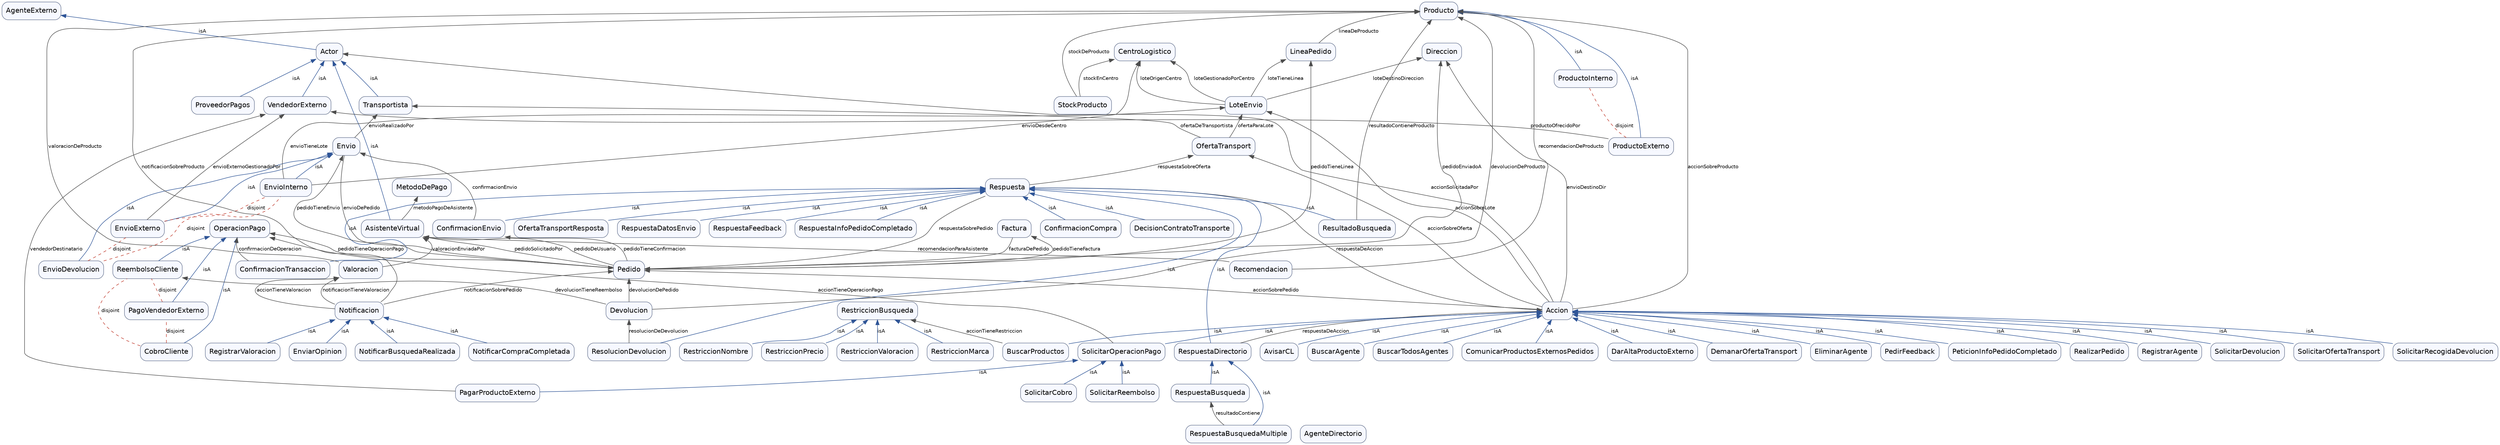
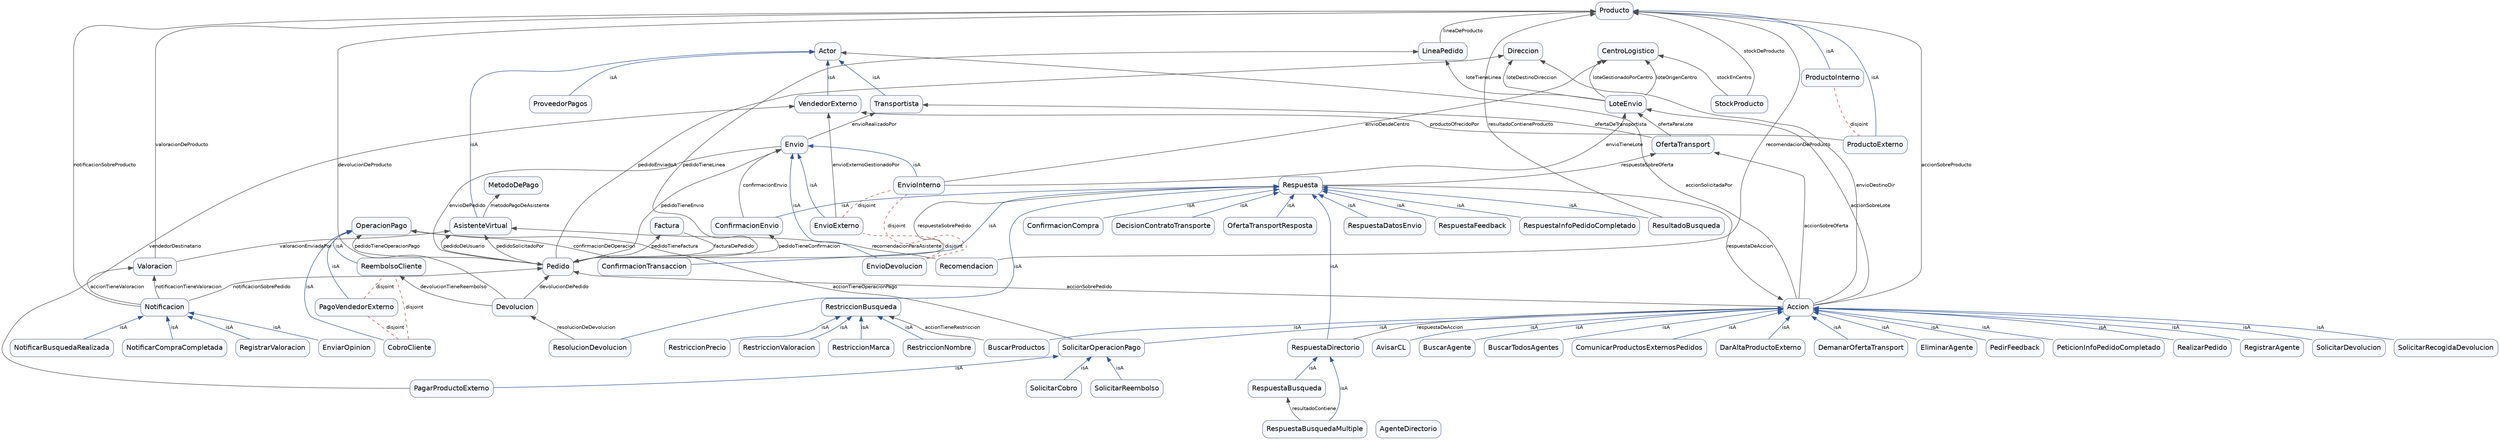
digraph ComercioElectronico {
    graph [rankdir=BT, overlap=false, splines=true];
    node [shape=box, style="rounded,filled", fillcolor="#f6f8ff", color="#6c7893", fontname="Helvetica"];
    edge [fontsize=10, fontname="Helvetica"];
    "Accion";
    "Actor";
    "AgenteDirectorio";
-     "AgenteExterno";
    "AsistenteVirtual";
    "AvisarCL";
    "BuscarAgente";
    "BuscarProductos";
    "BuscarTodosAgentes";
    "CentroLogistico";
    "CobroCliente";
    "ComunicarProductosExternosPedidos";
    "ConfirmacionCompra";
    "ConfirmacionEnvio";
    "ConfirmacionTransaccion";
    "DarAltaProductoExterno";
    "DecisionContratoTransporte";
    "DemanarOfertaTransport";
    "Devolucion";
    "Direccion";
    "EliminarAgente";
    "EnviarOpinion";
    "Envio";
    "EnvioDevolucion";
    "EnvioExterno";
    "EnvioInterno";
    "Factura";
    "LineaPedido";
    "LoteEnvio";
    "MetodoDePago";
    "Notificacion";
    "NotificarBusquedaRealizada";
    "NotificarCompraCompletada";
    "OfertaTransport";
    "OfertaTransportResposta";
    "OperacionPago";
    "PagarProductoExterno";
    "PagoVendedorExterno";
    "Pedido";
    "PedirFeedback";
    "PeticionInfoPedidoCompletado";
    "Producto";
    "ProductoExterno";
    "ProductoInterno";
    "ProveedorPagos";
    "RealizarPedido";
    "Recomendacion";
    "ReembolsoCliente";
    "RegistrarAgente";
    "RegistrarValoracion";
    "ResolucionDevolucion";
    "Respuesta";
    "RespuestaBusqueda";
    "RespuestaBusquedaMultiple";
    "RespuestaDatosEnvio";
    "RespuestaDirectorio";
    "RespuestaFeedback";
    "RespuestaInfoPedidoCompletado";
    "RestriccionBusqueda";
    "RestriccionMarca";
    "RestriccionNombre";
    "RestriccionPrecio";
    "RestriccionValoracion";
    "ResultadoBusqueda";
    "SolicitarCobro";
    "SolicitarDevolucion";
-     "SolicitarOfertaTransport";
    "SolicitarOperacionPago";
    "SolicitarRecogidaDevolucion";
    "SolicitarReembolso";
    "StockProducto";
    "Transportista";
    "Valoracion";
    "VendedorExterno";
-     "Actor" -> "AgenteExterno" [label="isA", color="#2f5597"];
    "AsistenteVirtual" -> "Actor" [label="isA", color="#2f5597"];
    "AvisarCL" -> "Accion" [label="isA", color="#2f5597"];
    "BuscarAgente" -> "Accion" [label="isA", color="#2f5597"];
    "BuscarProductos" -> "Accion" [label="isA", color="#2f5597"];
    "BuscarTodosAgentes" -> "Accion" [label="isA", color="#2f5597"];
    "CobroCliente" -> "OperacionPago" [label="isA", color="#2f5597"];
    "ComunicarProductosExternosPedidos" -> "Accion" [label="isA", color="#2f5597"];
    "ConfirmacionCompra" -> "Respuesta" [label="isA", color="#2f5597"];
    "ConfirmacionEnvio" -> "Respuesta" [label="isA", color="#2f5597"];
    "ConfirmacionTransaccion" -> "Respuesta" [label="isA", color="#2f5597"];
    "DarAltaProductoExterno" -> "Accion" [label="isA", color="#2f5597"];
    "DecisionContratoTransporte" -> "Respuesta" [label="isA", color="#2f5597"];
    "DemanarOfertaTransport" -> "Accion" [label="isA", color="#2f5597"];
    "EliminarAgente" -> "Accion" [label="isA", color="#2f5597"];
    "EnviarOpinion" -> "Notificacion" [label="isA", color="#2f5597"];
    "EnvioDevolucion" -> "Envio" [label="isA", color="#2f5597"];
    "EnvioExterno" -> "Envio" [label="isA", color="#2f5597"];
    "EnvioInterno" -> "Envio" [label="isA", color="#2f5597"];
    "NotificarBusquedaRealizada" -> "Notificacion" [label="isA", color="#2f5597"];
    "NotificarCompraCompletada" -> "Notificacion" [label="isA", color="#2f5597"];
    "OfertaTransportResposta" -> "Respuesta" [label="isA", color="#2f5597"];
    "PagarProductoExterno" -> "SolicitarOperacionPago" [label="isA", color="#2f5597"];
    "PagoVendedorExterno" -> "OperacionPago" [label="isA", color="#2f5597"];
    "PedirFeedback" -> "Accion" [label="isA", color="#2f5597"];
    "PeticionInfoPedidoCompletado" -> "Accion" [label="isA", color="#2f5597"];
    "ProductoExterno" -> "Producto" [label="isA", color="#2f5597"];
    "ProductoInterno" -> "Producto" [label="isA", color="#2f5597"];
    "ProveedorPagos" -> "Actor" [label="isA", color="#2f5597"];
    "RealizarPedido" -> "Accion" [label="isA", color="#2f5597"];
    "ReembolsoCliente" -> "OperacionPago" [label="isA", color="#2f5597"];
    "RegistrarAgente" -> "Accion" [label="isA", color="#2f5597"];
    "RegistrarValoracion" -> "Notificacion" [label="isA", color="#2f5597"];
    "ResolucionDevolucion" -> "Respuesta" [label="isA", color="#2f5597"];
    "RespuestaBusqueda" -> "RespuestaDirectorio" [label="isA", color="#2f5597"];
    "RespuestaBusquedaMultiple" -> "RespuestaDirectorio" [label="isA", color="#2f5597"];
    "RespuestaDatosEnvio" -> "Respuesta" [label="isA", color="#2f5597"];
    "RespuestaDirectorio" -> "Respuesta" [label="isA", color="#2f5597"];
    "RespuestaFeedback" -> "Respuesta" [label="isA", color="#2f5597"];
    "RespuestaInfoPedidoCompletado" -> "Respuesta" [label="isA", color="#2f5597"];
    "RestriccionMarca" -> "RestriccionBusqueda" [label="isA", color="#2f5597"];
    "RestriccionNombre" -> "RestriccionBusqueda" [label="isA", color="#2f5597"];
    "RestriccionPrecio" -> "RestriccionBusqueda" [label="isA", color="#2f5597"];
    "RestriccionValoracion" -> "RestriccionBusqueda" [label="isA", color="#2f5597"];
    "ResultadoBusqueda" -> "Respuesta" [label="isA", color="#2f5597"];
    "SolicitarCobro" -> "SolicitarOperacionPago" [label="isA", color="#2f5597"];
    "SolicitarDevolucion" -> "Accion" [label="isA", color="#2f5597"];
-     "SolicitarOfertaTransport" -> "Accion" [label="isA", color="#2f5597"];
    "SolicitarOperacionPago" -> "Accion" [label="isA", color="#2f5597"];
    "SolicitarRecogidaDevolucion" -> "Accion" [label="isA", color="#2f5597"];
    "SolicitarReembolso" -> "SolicitarOperacionPago" [label="isA", color="#2f5597"];
    "Transportista" -> "Actor" [label="isA", color="#2f5597"];
    "VendedorExterno" -> "Actor" [label="isA", color="#2f5597"];
    "CobroCliente" -> "PagoVendedorExterno" [label="disjoint", style=dashed, color="#c0392b", arrowhead=none];
    "CobroCliente" -> "ReembolsoCliente" [label="disjoint", style=dashed, color="#c0392b", arrowhead=none];
    "EnvioDevolucion" -> "EnvioExterno" [label="disjoint", style=dashed, color="#c0392b", arrowhead=none];
    "EnvioDevolucion" -> "EnvioInterno" [label="disjoint", style=dashed, color="#c0392b", arrowhead=none];
    "EnvioExterno" -> "EnvioInterno" [label="disjoint", style=dashed, color="#c0392b", arrowhead=none];
    "PagoVendedorExterno" -> "ReembolsoCliente" [label="disjoint", style=dashed, color="#c0392b", arrowhead=none];
    "ProductoExterno" -> "ProductoInterno" [label="disjoint", style=dashed, color="#c0392b", arrowhead=none];
    "Accion" -> "Actor" [label="accionSolicitadaPor", color="#4d4d4d"];
    "Accion" -> "Direccion" [label="envioDestinoDir", color="#4d4d4d"];
    "Accion" -> "LoteEnvio" [label="accionSobreLote", color="#4d4d4d"];
    "Accion" -> "OfertaTransport" [label="accionSobreOferta", color="#4d4d4d"];
    "Accion" -> "Pedido" [label="accionSobrePedido", color="#4d4d4d"];
    "Accion" -> "Producto" [label="accionSobreProducto", color="#4d4d4d"];
    "AsistenteVirtual" -> "MetodoDePago" [label="metodoPagoDeAsistente", color="#4d4d4d"];
    "BuscarProductos" -> "RestriccionBusqueda" [label="accionTieneRestriccion", color="#4d4d4d"];
    "ConfirmacionEnvio" -> "Envio" [label="confirmacionEnvio", color="#4d4d4d"];
    "ConfirmacionTransaccion" -> "OperacionPago" [label="confirmacionDeOperacion", color="#4d4d4d"];
    "Devolucion" -> "Pedido" [label="devolucionDePedido", color="#4d4d4d"];
    "Devolucion" -> "Producto" [label="devolucionDeProducto", color="#4d4d4d"];
    "Devolucion" -> "ReembolsoCliente" [label="devolucionTieneReembolso", color="#4d4d4d"];
    "Envio" -> "Pedido" [label="envioDePedido", color="#4d4d4d"];
    "Envio" -> "Transportista" [label="envioRealizadoPor", color="#4d4d4d"];
    "EnvioExterno" -> "VendedorExterno" [label="envioExternoGestionadoPor", color="#4d4d4d"];
    "EnvioInterno" -> "CentroLogistico" [label="envioDesdeCentro", color="#4d4d4d"];
    "EnvioInterno" -> "LoteEnvio" [label="envioTieneLote", color="#4d4d4d"];
    "Factura" -> "Pedido" [label="facturaDePedido", color="#4d4d4d"];
    "LineaPedido" -> "Producto" [label="lineaDeProducto", color="#4d4d4d"];
    "LoteEnvio" -> "CentroLogistico" [label="loteGestionadoPorCentro", color="#4d4d4d"];
    "LoteEnvio" -> "CentroLogistico" [label="loteOrigenCentro", color="#4d4d4d"];
    "LoteEnvio" -> "Direccion" [label="loteDestinoDireccion", color="#4d4d4d"];
    "LoteEnvio" -> "LineaPedido" [label="loteTieneLinea", color="#4d4d4d"];
    "Notificacion" -> "Pedido" [label="notificacionSobrePedido", color="#4d4d4d"];
    "Notificacion" -> "Producto" [label="notificacionSobreProducto", color="#4d4d4d"];
    "Notificacion" -> "Valoracion" [label="accionTieneValoracion", color="#4d4d4d"];
    "Notificacion" -> "Valoracion" [label="notificacionTieneValoracion", color="#4d4d4d"];
    "OfertaTransport" -> "LoteEnvio" [label="ofertaParaLote", color="#4d4d4d"];
    "OfertaTransport" -> "Transportista" [label="ofertaDeTransportista", color="#4d4d4d"];
    "PagarProductoExterno" -> "VendedorExterno" [label="vendedorDestinatario", color="#4d4d4d"];
    "Pedido" -> "AsistenteVirtual" [label="pedidoDeUsuario", color="#4d4d4d"];
    "Pedido" -> "AsistenteVirtual" [label="pedidoSolicitadoPor", color="#4d4d4d"];
    "Pedido" -> "ConfirmacionEnvio" [label="pedidoTieneConfirmacion", color="#4d4d4d"];
    "Pedido" -> "Direccion" [label="pedidoEnviadoA", color="#4d4d4d"];
    "Pedido" -> "Envio" [label="pedidoTieneEnvio", color="#4d4d4d"];
    "Pedido" -> "Factura" [label="pedidoTieneFactura", color="#4d4d4d"];
    "Pedido" -> "LineaPedido" [label="pedidoTieneLinea", color="#4d4d4d"];
    "Pedido" -> "OperacionPago" [label="pedidoTieneOperacionPago", color="#4d4d4d"];
    "ProductoExterno" -> "VendedorExterno" [label="productoOfrecidoPor", color="#4d4d4d"];
    "Recomendacion" -> "AsistenteVirtual" [label="recomendacionParaAsistente", color="#4d4d4d"];
    "Recomendacion" -> "Producto" [label="recomendacionDeProducto", color="#4d4d4d"];
    "ResolucionDevolucion" -> "Devolucion" [label="resolucionDeDevolucion", color="#4d4d4d"];
    "Respuesta" -> "Accion" [label="respuestaDeAccion", color="#4d4d4d"];
    "Respuesta" -> "OfertaTransport" [label="respuestaSobreOferta", color="#4d4d4d"];
    "Respuesta" -> "Pedido" [label="respuestaSobrePedido", color="#4d4d4d"];
    "RespuestaBusquedaMultiple" -> "RespuestaBusqueda" [label="resultadoContiene", color="#4d4d4d"];
    "RespuestaDirectorio" -> "Accion" [label="respuestaDeAccion", color="#4d4d4d"];
    "ResultadoBusqueda" -> "Producto" [label="resultadoContieneProducto", color="#4d4d4d"];
    "SolicitarOperacionPago" -> "OperacionPago" [label="accionTieneOperacionPago", color="#4d4d4d"];
    "StockProducto" -> "CentroLogistico" [label="stockEnCentro", color="#4d4d4d"];
    "StockProducto" -> "Producto" [label="stockDeProducto", color="#4d4d4d"];
    "Valoracion" -> "AsistenteVirtual" [label="valoracionEnviadaPor", color="#4d4d4d"];
    "Valoracion" -> "Producto" [label="valoracionDeProducto", color="#4d4d4d"];
}
